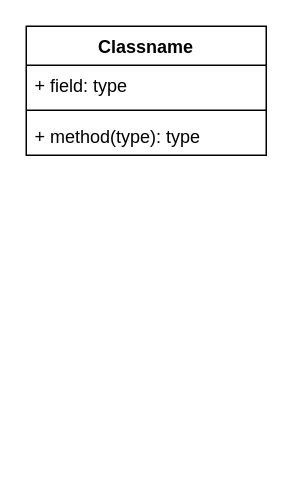
Above: os_memory.drawio in wxgang19970817/my_os_code (draw.io), before the change. Source tidied: cells renumbered, new cells numbered last; positions are measured from the earlier drawing's top-left corner, leaving out a move shared by most shapes. Both pictures are drawn from the tidied source at 150%, with x=0, y=0 at pixel (26, 26).
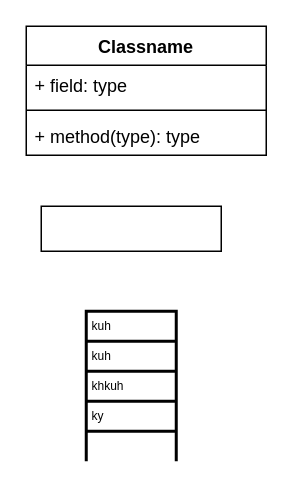
After the change.

Diff of the diagram source:
```diff
@@
 <mxGraphModel>
   <root>
     <mxCell id="0" />
     <mxCell id="1" parent="0" />
     <mxCell id="2" value="Classname" style="swimlane;fontStyle=1;align=center;verticalAlign=top;horizontal=1;startSize=26;" parent="1" vertex="1">
       <mxGeometry width="160" height="86" as="geometry" />
     </mxCell>
     <mxCell id="3" value="+ field: type" style="text;strokeColor=none;fillColor=none;align=left;verticalAlign=top;spacingLeft=4;spacingRight=4;overflow=hidden;" parent="2" vertex="1">
       <mxGeometry y="26" width="160" height="26" as="geometry" />
     </mxCell>
     <mxCell id="4" style="line;strokeWidth=1;fillColor=none;align=left;verticalAlign=middle;spacingTop=-1;spacingLeft=3;spacingRight=3;labelPosition=right;" parent="2" vertex="1">
       <mxGeometry y="52" width="160" height="8" as="geometry" />
     </mxCell>
     <mxCell id="5" value="+ method(type): type" style="text;strokeColor=none;fillColor=none;align=left;verticalAlign=top;spacingLeft=4;spacingRight=4;overflow=hidden;" parent="2" vertex="1">
       <mxGeometry y="60" width="160" height="26" as="geometry" />
     </mxCell>
+    <mxCell id="6" style="rounded=0;whiteSpace=wrap;html=1;" parent="1" vertex="1">
+      <mxGeometry x="10" y="120" width="120" height="30" as="geometry" />
+    </mxCell>
+    <mxCell id="7" style="strokeWidth=2;html=1;shape=mxgraph.lean_mapping.data_box;html=1;" parent="1" vertex="1">
+      <mxGeometry x="40" y="190" width="60" height="100" as="geometry" />
+    </mxCell>
+    <mxCell id="8" value="kuh" style="text;fontSize=8;spacingLeft=2;verticalAlign=middle;html=1;" parent="7" vertex="1">
+      <mxGeometry width="60" height="20" as="geometry" />
+    </mxCell>
+    <mxCell id="9" value="kuh" style="text;fontSize=8;spacingLeft=2;verticalAlign=middle;html=1;" parent="7" vertex="1">
+      <mxGeometry y="20" width="60" height="20" as="geometry" />
+    </mxCell>
+    <mxCell id="10" value="khkuh" style="text;fontSize=8;spacingLeft=2;verticalAlign=middle;html=1;" parent="7" vertex="1">
+      <mxGeometry y="40" width="60" height="20" as="geometry" />
+    </mxCell>
+    <mxCell id="11" value="ky" style="text;fontSize=8;spacingLeft=2;verticalAlign=middle;html=1;" parent="7" vertex="1">
+      <mxGeometry y="60" width="60" height="20" as="geometry" />
+    </mxCell>
+    <mxCell id="12" style="text;fontSize=8;spacingLeft=2;verticalAlign=middle;html=1;" parent="7" vertex="1">
+      <mxGeometry y="80" width="60" height="20" as="geometry" />
+    </mxCell>
   </root>
 </mxGraphModel>
```
